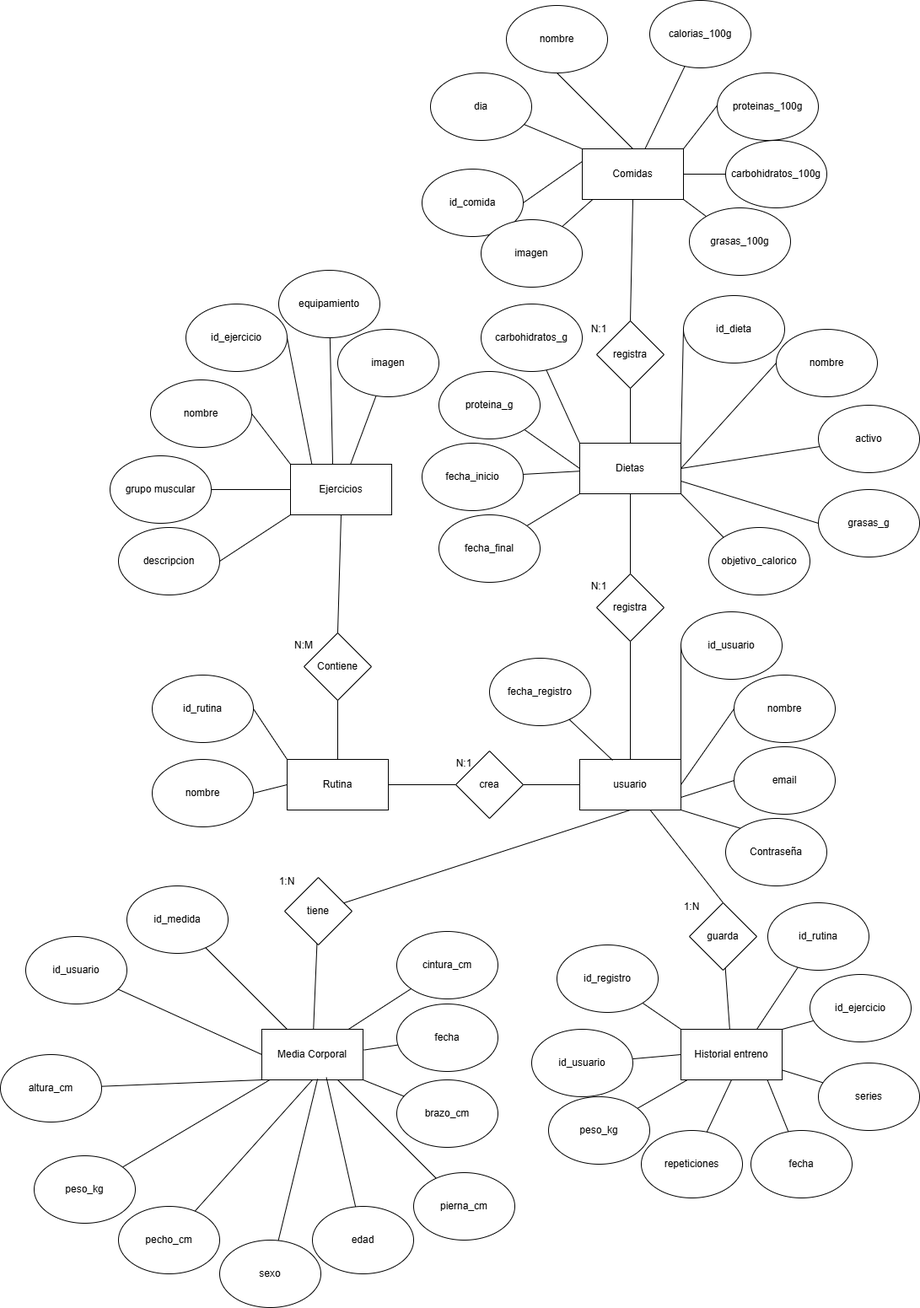
Before: BaseDatos/MapaEntidadRelacion.png, a diagram exported from draw.io (fullace3/Proyecto_Final_DAM). Source tidied: cells renumbered, new cells last; positions are measured from the earlier drawing's top-left corner, leaving out a move shared by most shapes.
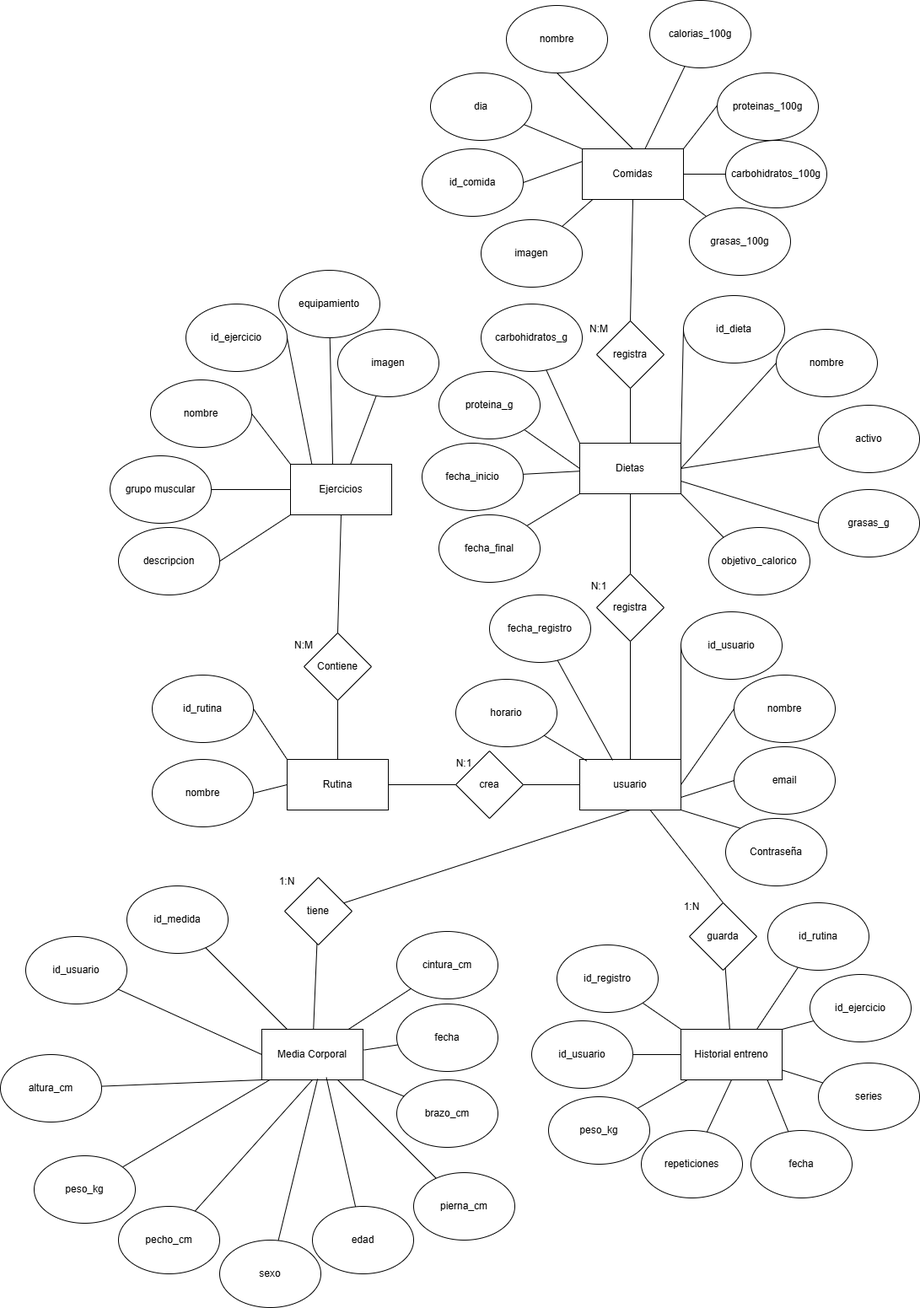
The same file after the commit.

Diff of the diagram source:
```diff
@@ -150,7 +150,7 @@
       <mxGeometry x="690" y="176" width="120" height="60" as="geometry" />
     </mxCell>
     <mxCell id="51" value="id_comida" style="ellipse;whiteSpace=wrap;html=1;" parent="1" vertex="1">
-      <mxGeometry x="500" y="200" width="120" height="80" as="geometry" />
+      <mxGeometry x="500" y="176" width="120" height="80" as="geometry" />
     </mxCell>
     <mxCell id="52" value="&lt;div&gt;nombre&lt;/div&gt;" style="ellipse;whiteSpace=wrap;html=1;" parent="1" vertex="1">
       <mxGeometry x="600" y="6" width="120" height="80" as="geometry" />
@@ -197,7 +197,7 @@
     <mxCell id="66" value="fecha_final" style="ellipse;whiteSpace=wrap;html=1;" parent="1" vertex="1">
       <mxGeometry x="520" y="610" width="120" height="80" as="geometry" />
     </mxCell>
-    <mxCell id="67" value="N:1" style="text;html=1;whiteSpace=wrap;strokeColor=none;fillColor=none;align=center;verticalAlign=middle;rounded=0;" parent="1" vertex="1">
+    <mxCell id="67" value="N:M" style="text;html=1;whiteSpace=wrap;strokeColor=none;fillColor=none;align=center;verticalAlign=middle;rounded=0;" parent="1" vertex="1">
       <mxGeometry x="680" y="375" width="60" height="30" as="geometry" />
     </mxCell>
     <mxCell id="68" value="Media Corporal" style="rounded=0;whiteSpace=wrap;html=1;" parent="1" vertex="1">
@@ -300,7 +300,7 @@
       <mxGeometry relative="1" as="geometry" />
     </mxCell>
     <mxCell id="101" value="fecha_registro" style="ellipse;whiteSpace=wrap;html=1;" parent="1" vertex="1">
-      <mxGeometry x="580" y="780" width="120" height="80" as="geometry" />
+      <mxGeometry x="580" y="705" width="120" height="80" as="geometry" />
     </mxCell>
     <mxCell id="102" style="rounded=0;jettySize=auto;html=1;entryX=0.325;entryY=0.017;entryDx=0;entryDy=0;entryPerimeter=0;endArrow=none;endFill=0;" parent="1" edge="1" source="101" target="21">
       <mxGeometry relative="1" as="geometry" />
@@ -318,7 +318,7 @@
       <mxGeometry relative="1" as="geometry" />
     </mxCell>
     <mxCell id="107" value="&lt;div&gt;id_usuario&lt;/div&gt;" style="ellipse;whiteSpace=wrap;html=1;" parent="1" vertex="1">
-      <mxGeometry x="630" y="1220" width="120" height="80" as="geometry" />
+      <mxGeometry x="630" y="1210" width="120" height="80" as="geometry" />
     </mxCell>
     <mxCell id="108" style="rounded=0;jettySize=auto;html=1;endArrow=none;endFill=0;" parent="1" edge="1" source="109" target="103">
       <mxGeometry relative="1" as="geometry" />
@@ -389,5 +389,11 @@
     <mxCell id="130" value="&lt;div&gt;dia&lt;/div&gt;" style="ellipse;whiteSpace=wrap;html=1;" parent="1" vertex="1">
       <mxGeometry x="510" y="86" width="120" height="80" as="geometry" />
     </mxCell>
+    <mxCell id="131" value="horario" style="ellipse;whiteSpace=wrap;html=1;" parent="1" vertex="1">
+      <mxGeometry x="540" y="805" width="120" height="80" as="geometry" />
+    </mxCell>
+    <mxCell id="132" style="rounded=0;jettySize=auto;html=1;entryX=0.069;entryY=0.028;entryDx=0;entryDy=0;entryPerimeter=0;endArrow=none;endFill=0;" parent="1" edge="1" source="131" target="21">
+      <mxGeometry relative="1" as="geometry" />
+    </mxCell>
   </root>
 </mxGraphModel>
```
